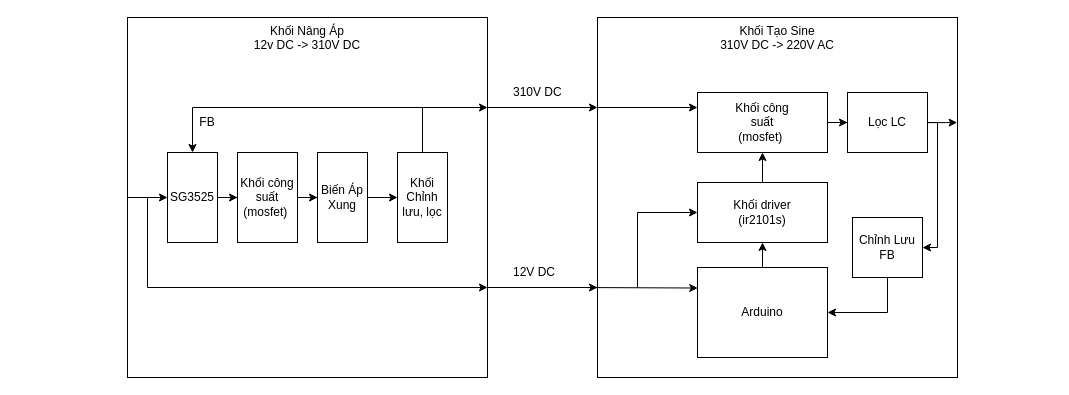
This is doan2/Sodokhoi.drawio from zijipia/ArduinoCpp, a draw.io file, before an edit. Source tidied: cells renumbered, new cells numbered last; positions are measured from the earlier drawing's top-left corner, leaving out a move shared by most shapes. Both pictures are drawn from the tidied source at 100%, with x=0, y=0 at pixel (127, 17).
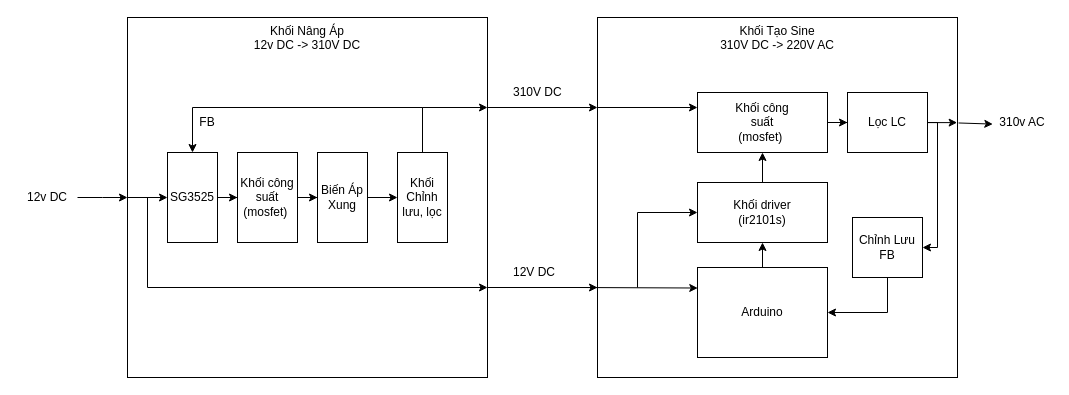
Above is the later version.

Unchanged cells that the change refers to:
```xml
<mxCell id="3" value="Khối Tạo Sine&lt;div&gt;310V DC -&amp;gt; 220V AC&lt;/div&gt;" style="whiteSpace=wrap;html=1;verticalAlign=top;" parent="1" vertex="1">
  <mxGeometry x="470" width="360" height="360" as="geometry" />
</mxCell>
```

The edit, as a diff of the source:
```diff
@@
+    <mxCell id="34" style="edgeStyle=orthogonalEdgeStyle;rounded=0;jettySize=auto;html=1;" parent="1" edge="1" source="35">
+      <mxGeometry relative="1" as="geometry">
+        <mxPoint y="180" as="targetPoint" />
+      </mxGeometry>
+    </mxCell>
+    <mxCell id="35" value="12v DC" style="text;html=1;align=center;verticalAlign=middle;whiteSpace=wrap;rounded=0;" parent="1" vertex="1">
+      <mxGeometry x="-110" y="165" width="60" height="30" as="geometry" />
+    </mxCell>
+    <mxCell id="36" value="310v AC" style="text;html=1;align=center;verticalAlign=middle;whiteSpace=wrap;rounded=0;" parent="1" vertex="1">
+      <mxGeometry x="865" y="90" width="60" height="30" as="geometry" />
+    </mxCell>
+    <mxCell id="37" style="endArrow=classic;html=1;rounded=0;exitX=1.003;exitY=0.293;exitDx=0;exitDy=0;exitPerimeter=0;entryX=0.005;entryY=0.553;entryDx=0;entryDy=0;entryPerimeter=0;" parent="1" edge="1" source="3" target="36">
+      <mxGeometry relative="1" as="geometry" />
+    </mxCell>
```
